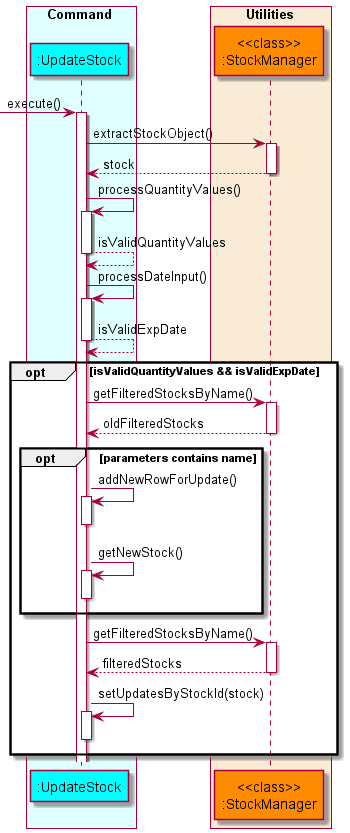
nus-cs2113-AY2122S1/tp keeps this PlantUML diagram as docs/diagrams/diagram_images/UpdateStockSequenceDiagram.png. Above is the earlier version.
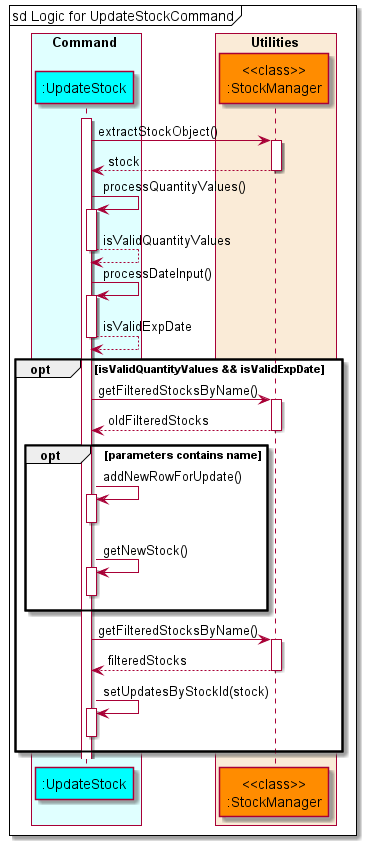
The same diagram one commit later.

Commit message:
Modify sequence diagram for all update commands

Diff of the diagram source:
```diff
@@ -11,8 +11,8 @@
 end box
 
 autoactivate on
-
--> updatestock: execute()
+mainFrame sd Logic for UpdateStockCommand
+activate updatestock
     updatestock -> stockmanager: extractStockObject()
     updatestock <-- stockmanager: stock
 
```
